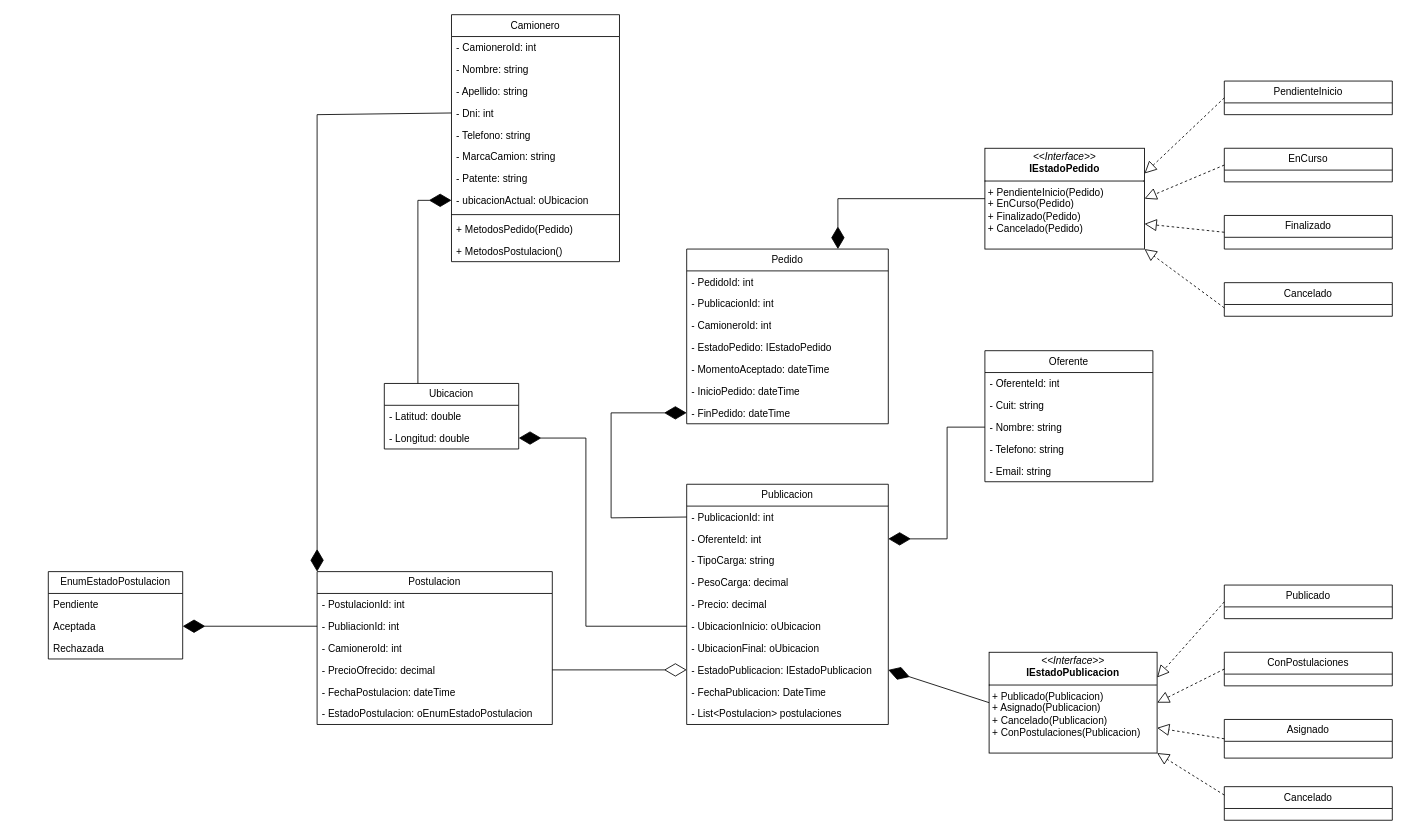
This is CargaGO.drawio from Francisco-Galea/Diagramas-y-Otros, a draw.io file, before an edit. Source tidied: cells renumbered, new cells numbered last; positions are measured from the earlier drawing's top-left corner, leaving out a move shared by most shapes. Both pictures are drawn from the tidied source at 84%, with x=0, y=0 at pixel (48, 14).
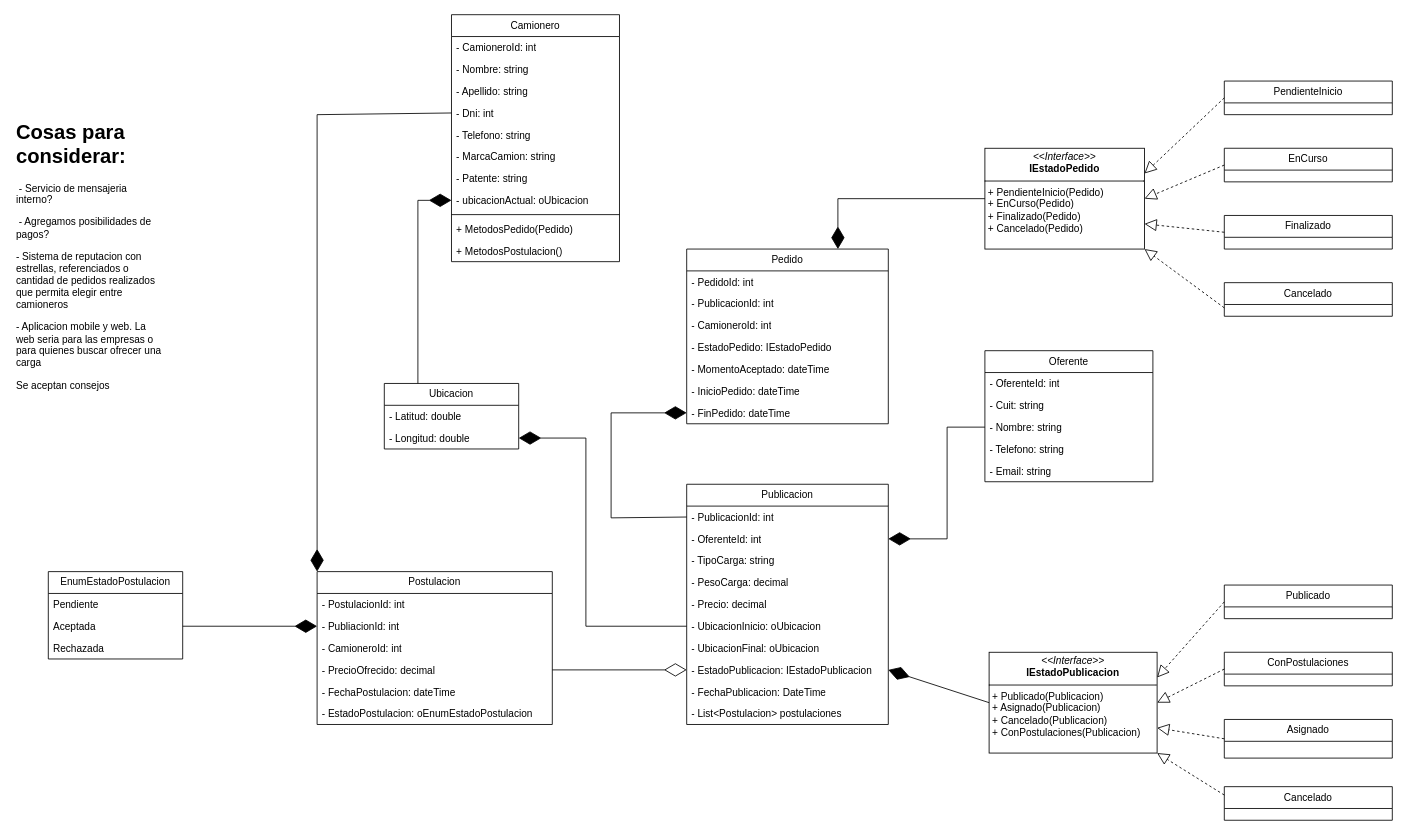
The same diagram, later.

Unchanged cells that the change refers to:
```xml
<mxCell id="44" value="- PubliacionId: int" style="text;strokeColor=none;fillColor=none;align=left;verticalAlign=top;spacingLeft=4;spacingRight=4;overflow=hidden;points=[[0,0.5],[1,0.5]];portConstraint=eastwest;whiteSpace=wrap;html=1;" parent="42" vertex="1">
  <mxGeometry y="52" width="280" height="26" as="geometry" />
</mxCell>
<mxCell id="61" value="Aceptada" style="text;strokeColor=none;fillColor=none;align=left;verticalAlign=top;spacingLeft=4;spacingRight=4;overflow=hidden;points=[[0,0.5],[1,0.5]];portConstraint=eastwest;whiteSpace=wrap;html=1;" parent="59" vertex="1">
  <mxGeometry y="52" width="160" height="26" as="geometry" />
</mxCell>
```

Diff of the diagram source:
```diff
@@
-    <mxCell id="63" style="endArrow=diamondThin;endFill=1;endSize=24;html=1;rounded=0;entryX=1;entryY=0.5;entryDx=0;entryDy=0;exitX=0;exitY=0.5;exitDx=0;exitDy=0;" parent="1" edge="1" source="44" target="61">
+    <mxCell id="63" style="endArrow=diamondThin;endFill=1;endSize=24;html=1;rounded=0;exitX=1;exitY=0.5;exitDx=0;exitDy=0;entryX=0;entryY=0.5;entryDx=0;entryDy=0;" parent="1" edge="1" source="61" target="44">
       <mxGeometry relative="1" as="geometry" />
     </mxCell>
@@
+    <mxCell id="80" value="&lt;h1 style=&quot;margin-top: 0px;&quot;&gt;Cosas para considerar:&lt;/h1&gt;&lt;p&gt;&amp;nbsp;- Servicio de mensajeria interno?&lt;/p&gt;&lt;p&gt;&amp;nbsp;- Agregamos posibilidades de pagos?&lt;/p&gt;&lt;p&gt;- Sistema de reputacion con estrellas, referenciados o cantidad de pedidos realizados que permita elegir entre camioneros&lt;/p&gt;&lt;p&gt;- Aplicacion mobile y web. La web seria para las empresas o para quienes buscar ofrecer una carga&lt;/p&gt;&lt;p&gt;Se aceptan consejos&lt;/p&gt;&lt;p&gt;&lt;br&gt;&lt;/p&gt;&lt;p&gt;&lt;br&gt;&lt;/p&gt;" style="text;html=1;whiteSpace=wrap;overflow=hidden;rounded=0;" parent="1" vertex="1">
+      <mxGeometry x="-40" y="119" width="180" height="360" as="geometry" />
+    </mxCell>
```
